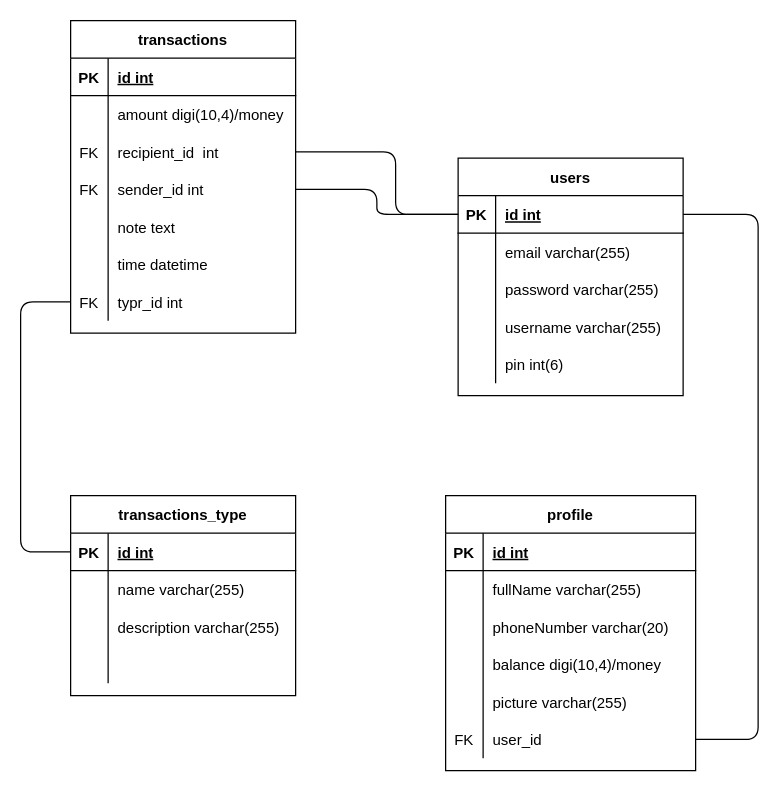
Above: ERD Zwallet.drawio in sen9kuni/fw9-backend (draw.io), before the change. Source tidied: cells renumbered, new cells numbered last; positions are measured from the earlier drawing's top-left corner, leaving out a move shared by most shapes. Both pictures are drawn from the tidied source at 125%, with x=0, y=0 at pixel (20, 20).
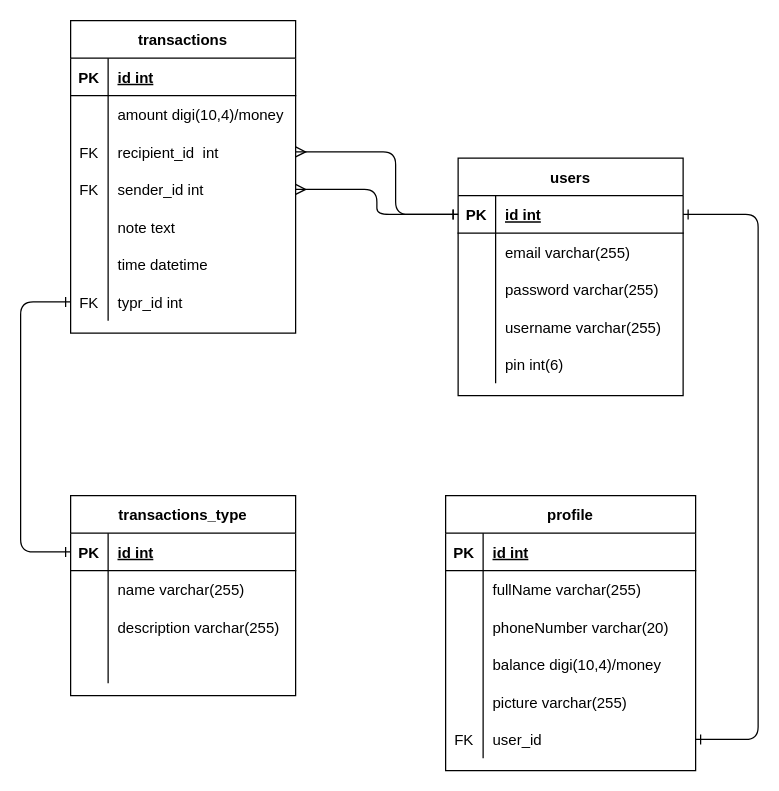
Above is the later version.

The change refers to these unchanged cells:
```xml
<mxCell id="3" style="shape=partialRectangle;fillColor=none;top=0;left=0;bottom=1;right=0;points=[[0,0.5],[1,0.5]];portConstraint=eastwest;" parent="2" vertex="1">
  <mxGeometry y="30" width="180" height="30" as="geometry" />
</mxCell>
<mxCell id="34" style="shape=partialRectangle;fillColor=none;top=0;left=0;bottom=0;right=0;points=[[0,0.5],[1,0.5]];portConstraint=eastwest;" parent="18" vertex="1">
  <mxGeometry y="180" width="200" height="30" as="geometry" />
</mxCell>
<mxCell id="45" style="shape=partialRectangle;fillColor=none;top=0;left=0;bottom=0;right=0;points=[[0,0.5],[1,0.5]];portConstraint=eastwest;" parent="38" vertex="1">
  <mxGeometry y="90" width="180" height="30" as="geometry" />
</mxCell>
<mxCell id="48" style="shape=partialRectangle;fillColor=none;top=0;left=0;bottom=0;right=0;points=[[0,0.5],[1,0.5]];portConstraint=eastwest;" parent="38" vertex="1">
  <mxGeometry y="120" width="180" height="30" as="geometry" />
</mxCell>
<mxCell id="57" style="shape=partialRectangle;fillColor=none;top=0;left=0;bottom=0;right=0;points=[[0,0.5],[1,0.5]];portConstraint=eastwest;" parent="38" vertex="1">
  <mxGeometry y="210" width="180" height="30" as="geometry" />
</mxCell>
<mxCell id="61" style="shape=partialRectangle;fillColor=none;top=0;left=0;bottom=1;right=0;points=[[0,0.5],[1,0.5]];portConstraint=eastwest;" parent="60" vertex="1">
  <mxGeometry y="30" width="180" height="30" as="geometry" />
</mxCell>
```

Change to the diagram source:
```diff
@@
-    <mxCell id="37" style="edgeStyle=orthogonalEdgeStyle;html=1;exitX=1;exitY=0.5;exitDx=0;exitDy=0;entryX=1;entryY=0.5;entryDx=0;entryDy=0;endArrow=none;endFill=0;" parent="1" edge="1" source="3" target="34">
+    <mxCell id="37" style="edgeStyle=orthogonalEdgeStyle;html=1;exitX=1;exitY=0.5;exitDx=0;exitDy=0;entryX=1;entryY=0.5;entryDx=0;entryDy=0;endArrow=ERone;endFill=0;startArrow=ERone;startFill=0;" parent="1" edge="1" source="3" target="34">
       <mxGeometry relative="1" as="geometry">
         <Array as="points">
           <mxPoint x="590" y="155" />
           <mxPoint x="590" y="575" />
         </Array>
       </mxGeometry>
     </mxCell>
@@
-    <mxCell id="73" style="edgeStyle=orthogonalEdgeStyle;html=1;exitX=1;exitY=0.5;exitDx=0;exitDy=0;entryX=0;entryY=0.5;entryDx=0;entryDy=0;endArrow=none;endFill=0;" parent="1" edge="1" source="45" target="3">
+    <mxCell id="73" style="edgeStyle=orthogonalEdgeStyle;html=1;exitX=1;exitY=0.5;exitDx=0;exitDy=0;entryX=0;entryY=0.5;entryDx=0;entryDy=0;endArrow=ERone;endFill=0;startArrow=ERmany;startFill=0;" parent="1" edge="1" source="45" target="3">
       <mxGeometry relative="1" as="geometry">
         <Array as="points">
           <mxPoint x="300" y="105" />
           <mxPoint x="300" y="155" />
         </Array>
       </mxGeometry>
     </mxCell>
-    <mxCell id="74" style="edgeStyle=orthogonalEdgeStyle;html=1;exitX=1;exitY=0.5;exitDx=0;exitDy=0;entryX=0;entryY=0.5;entryDx=0;entryDy=0;endArrow=none;endFill=0;" parent="1" edge="1" source="48" target="3">
+    <mxCell id="74" style="edgeStyle=orthogonalEdgeStyle;html=1;exitX=1;exitY=0.5;exitDx=0;exitDy=0;entryX=0;entryY=0.5;entryDx=0;entryDy=0;endArrow=ERone;endFill=0;startArrow=ERmany;startFill=0;" parent="1" edge="1" source="48" target="3">
       <mxGeometry relative="1" as="geometry" />
     </mxCell>
-    <mxCell id="75" style="edgeStyle=orthogonalEdgeStyle;html=1;exitX=0;exitY=0.5;exitDx=0;exitDy=0;entryX=0;entryY=0.5;entryDx=0;entryDy=0;endArrow=none;endFill=0;" parent="1" edge="1" source="57" target="61">
+    <mxCell id="75" style="edgeStyle=orthogonalEdgeStyle;html=1;exitX=0;exitY=0.5;exitDx=0;exitDy=0;entryX=0;entryY=0.5;entryDx=0;entryDy=0;endArrow=ERone;endFill=0;startArrow=ERone;startFill=0;" parent="1" edge="1" source="57" target="61">
       <mxGeometry relative="1" as="geometry">
         <Array as="points">
           <mxPoint y="225" />
           <mxPoint y="425" />
         </Array>
       </mxGeometry>
     </mxCell>
```
